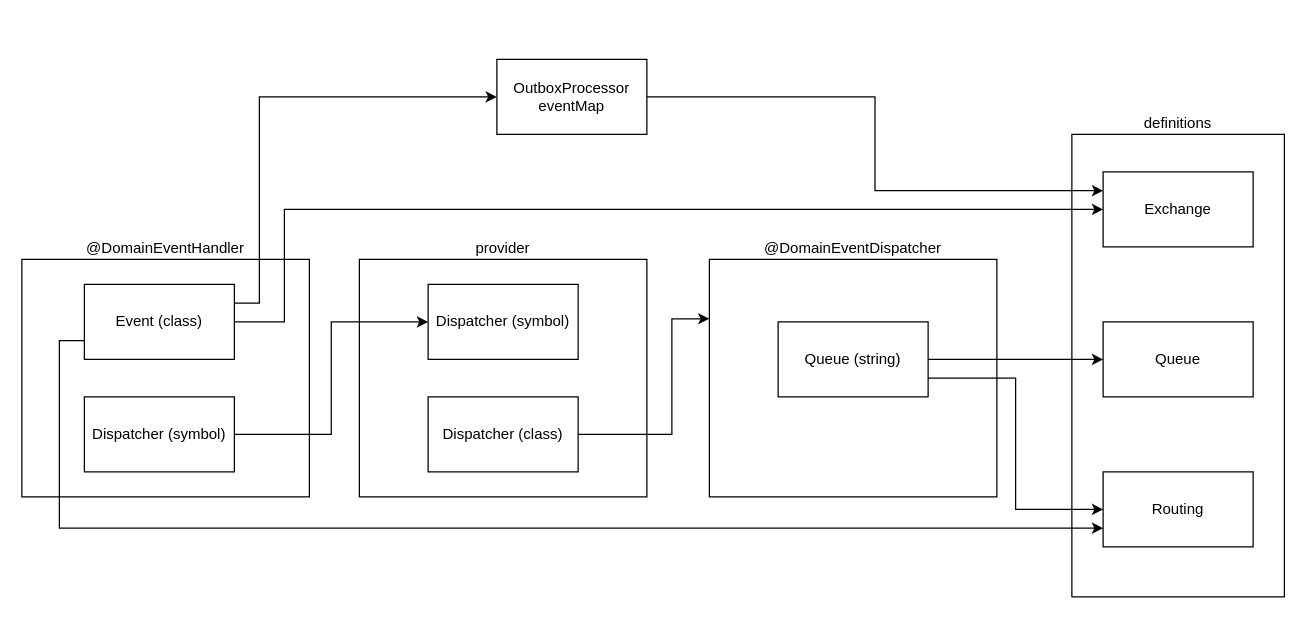
This is plan.drawio from leocode/rabbitmq-defgen, a draw.io file, before an edit. Source tidied: cells renumbered, new cells numbered last; positions are measured from the earlier drawing's top-left corner, leaving out a move shared by most shapes. Both pictures are drawn from the tidied source at 125%, with x=0, y=0 at pixel (21, 59).
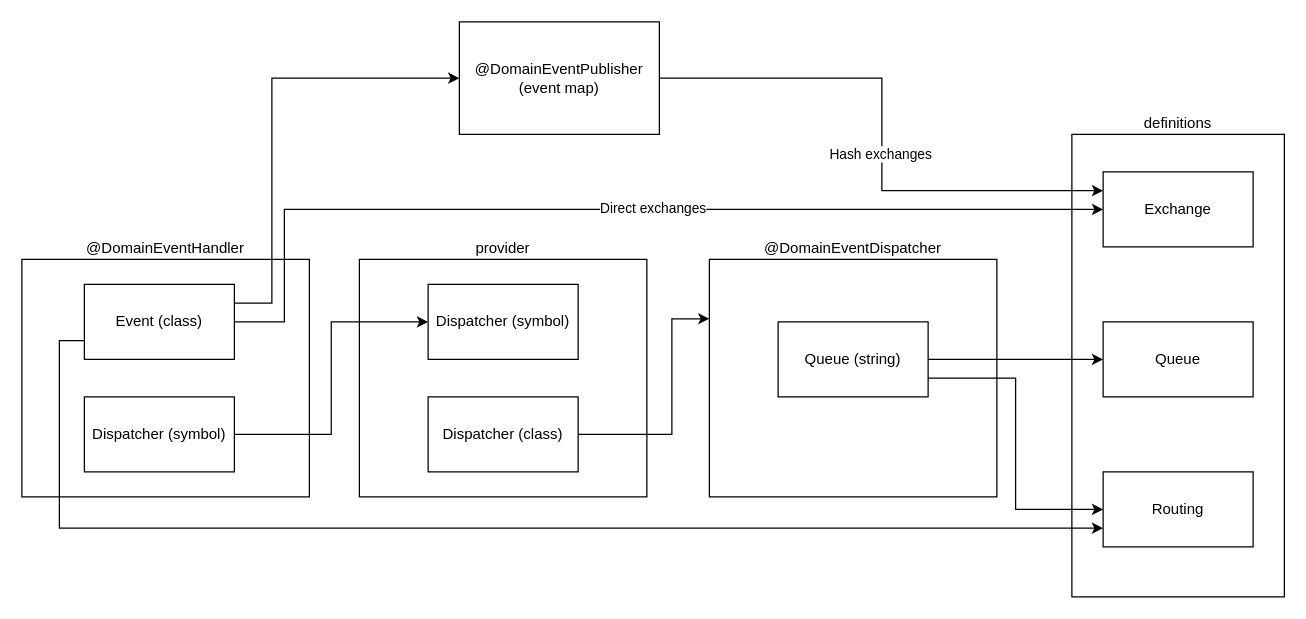
After the change.

Commit message (it also covers changes not shown here):
Handle hash exchanges

Unchanged cells that the change refers to:
```xml
<mxCell id="7" value="Event (class)" style="rounded=0;whiteSpace=wrap;html=1;" parent="5" vertex="1">
  <mxGeometry x="50" y="20" width="120" height="60" as="geometry" />
</mxCell>
<mxCell id="18" value="Exchange" style="rounded=0;whiteSpace=wrap;html=1;" parent="1" vertex="1">
  <mxGeometry x="865" y="90" width="120" height="60" as="geometry" />
</mxCell>
<mxCell id="19" style="edgeStyle=orthogonalEdgeStyle;rounded=0;jettySize=auto;html=1;exitX=1;exitY=0.5;exitDx=0;exitDy=0;entryX=0;entryY=0.5;entryDx=0;entryDy=0;" parent="1" edge="1" source="7" target="18">
  <mxGeometry relative="1" as="geometry">
    <Array as="points">
      <mxPoint x="210" y="210" />
      <mxPoint x="210" y="120" />
    </Array>
  </mxGeometry>
</mxCell>
```

What changed in the source:
```diff
@@
+    <mxCell id="26" value="Direct exchanges" style="edgeLabel;html=1;align=center;verticalAlign=middle;" parent="19" vertex="1">
+      <mxGeometry x="0.08" y="2" relative="1" as="geometry" />
+    </mxCell>
@@
     <mxCell id="23" style="edgeStyle=orthogonalEdgeStyle;rounded=0;jettySize=auto;html=1;exitX=1;exitY=0.5;exitDx=0;exitDy=0;entryX=0;entryY=0.25;entryDx=0;entryDy=0;" parent="1" edge="1" source="24" target="18">
-      <mxGeometry relative="1" as="geometry" />
+      <mxGeometry relative="1" as="geometry">
+        <Array as="points">
+          <mxPoint x="688" y="15" />
+          <mxPoint x="688" y="105" />
+        </Array>
+      </mxGeometry>
     </mxCell>
+    <mxCell id="27" value="Hash exchanges" style="edgeLabel;html=1;align=center;verticalAlign=middle;" parent="23" vertex="1">
+      <mxGeometry x="0.07" y="-2" relative="1" as="geometry" />
+    </mxCell>
-    <mxCell id="24" value="OutboxProcessor eventMap" style="rounded=0;whiteSpace=wrap;html=1;" parent="1" vertex="1">
-      <mxGeometry x="380" width="120" height="60" as="geometry" />
+    <mxCell id="24" value="@DomainEventPublisher&lt;br&gt;(event map)" style="rounded=0;whiteSpace=wrap;html=1;" parent="1" vertex="1">
+      <mxGeometry x="350" y="-30" width="160" height="90" as="geometry" />
     </mxCell>
     <mxCell id="25" style="edgeStyle=orthogonalEdgeStyle;rounded=0;jettySize=auto;html=1;exitX=1;exitY=0.25;exitDx=0;exitDy=0;entryX=0;entryY=0.5;entryDx=0;entryDy=0;" parent="1" edge="1" source="7" target="24">
       <mxGeometry relative="1" as="geometry">
         <Array as="points">
-          <mxPoint x="190" y="195" />
-          <mxPoint x="190" y="30" />
+          <mxPoint x="200" y="195" />
+          <mxPoint x="200" y="15" />
         </Array>
       </mxGeometry>
     </mxCell>
```
